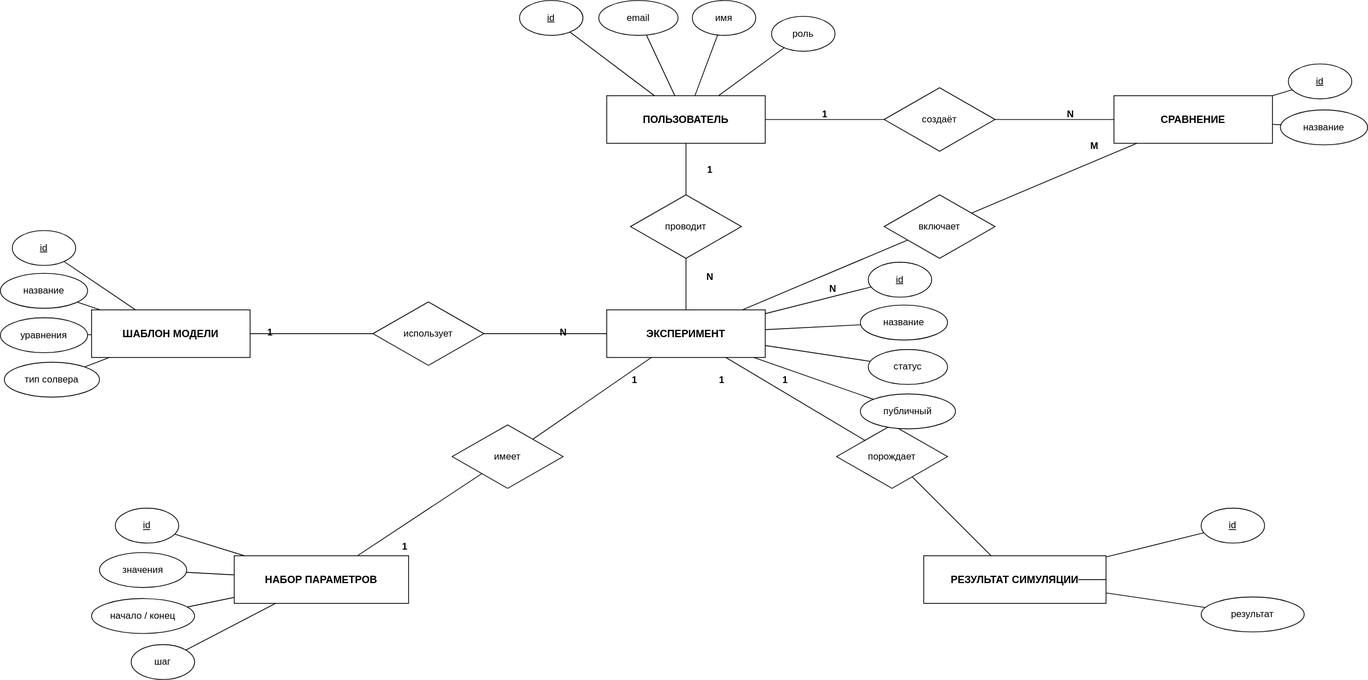
Before: img/er.drawio.svg, a diagram exported from draw.io (Nna2291/vargod). Source tidied: cells renumbered, new cells last; positions are measured from the earlier drawing's top-left corner, leaving out a move shared by most shapes.
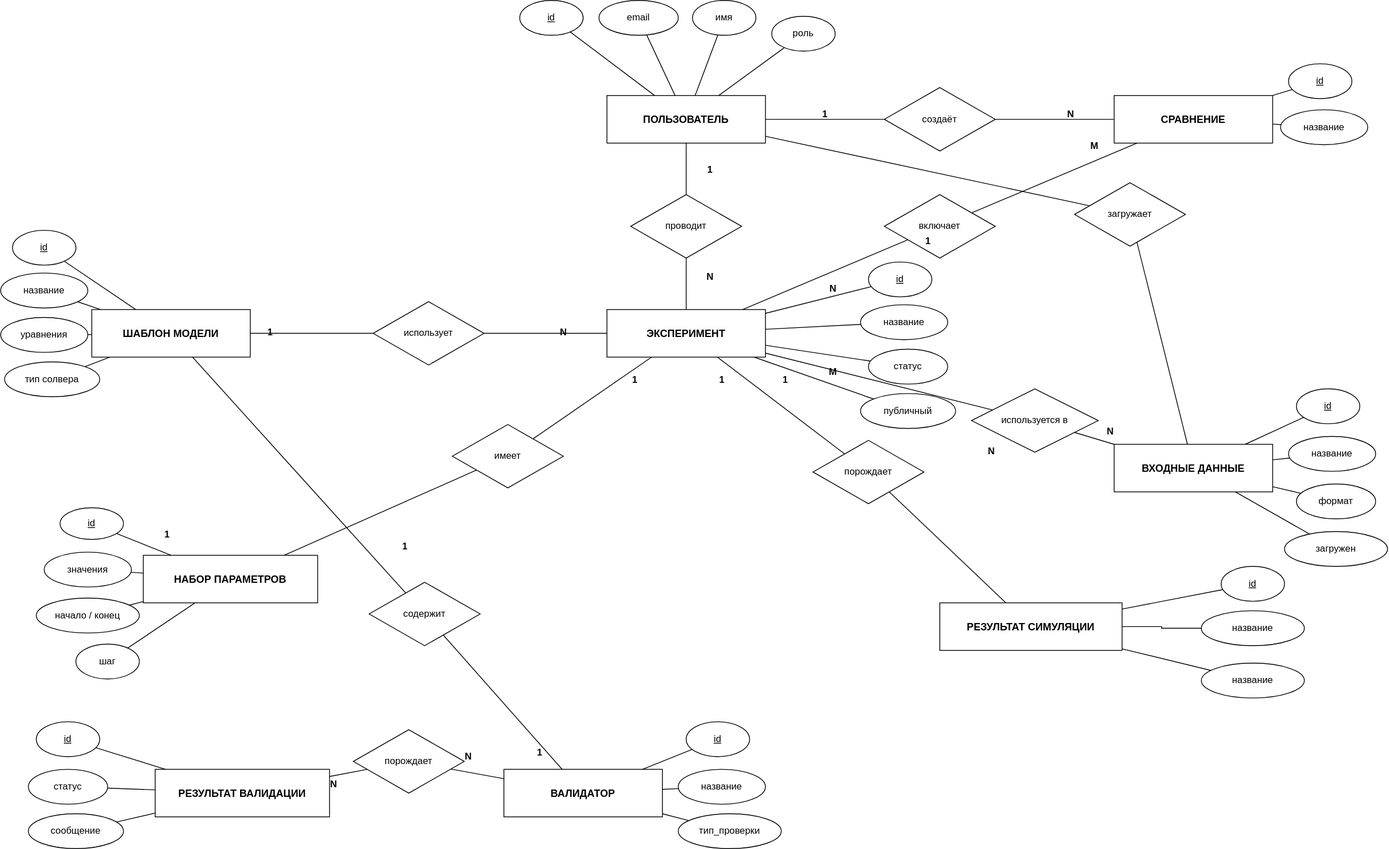
Later version of the same file.

The edit, as a diff of the source:
```diff
@@ -15,11 +15,14 @@
       <mxGeometry x="1405" y="120" width="200" height="60" as="geometry" />
     </mxCell>
     <mxCell id="6" value="НАБОР ПАРАМЕТРОВ" style="rounded=0;whiteSpace=wrap;html=1;fontStyle=1;fontSize=13;" parent="1" vertex="1">
-      <mxGeometry x="295" y="700" width="220" height="60" as="geometry" />
+      <mxGeometry x="180" y="700" width="220" height="60" as="geometry" />
     </mxCell>
     <mxCell id="7" value="РЕЗУЛЬТАТ СИМУЛЯЦИИ" style="rounded=0;whiteSpace=wrap;html=1;fontStyle=1;fontSize=13;" parent="1" vertex="1">
-      <mxGeometry x="1165" y="700" width="230" height="60" as="geometry" />
+      <mxGeometry x="1185" y="760" width="230" height="60" as="geometry" />
     </mxCell>
+    <mxCell id="79" value="РЕЗУЛЬТАТ ВАЛИДАЦИИ" style="rounded=0;whiteSpace=wrap;html=1;fontStyle=1;fontSize=13;" parent="1" vertex="1">
+      <mxGeometry x="195" y="970" width="220" height="60" as="geometry" />
+    </mxCell>
     <mxCell id="8" value="проводит" style="rhombus;whiteSpace=wrap;html=1;" parent="1" vertex="1">
       <mxGeometry x="795" y="245" width="140" height="80" as="geometry" />
     </mxCell>
@@ -30,7 +33,7 @@
       <mxGeometry x="570" y="535" width="140" height="80" as="geometry" />
     </mxCell>
     <mxCell id="11" value="порождает" style="rhombus;whiteSpace=wrap;html=1;" parent="1" vertex="1">
-      <mxGeometry x="1055" y="535" width="140" height="80" as="geometry" />
+      <mxGeometry x="1025" y="555" width="140" height="80" as="geometry" />
     </mxCell>
     <mxCell id="12" value="создаёт" style="rhombus;whiteSpace=wrap;html=1;" parent="1" vertex="1">
       <mxGeometry x="1115" y="110" width="140" height="80" as="geometry" />
@@ -81,22 +84,22 @@
       <mxGeometry x="1615" y="138" width="110" height="44" as="geometry" />
     </mxCell>
     <mxCell id="28" value="id" style="ellipse;whiteSpace=wrap;html=1;fontStyle=4;" parent="1" vertex="1">
-      <mxGeometry x="145" y="640" width="80" height="44" as="geometry" />
+      <mxGeometry x="75" y="640" width="80" height="40" as="geometry" />
     </mxCell>
     <mxCell id="29" value="значения" style="ellipse;whiteSpace=wrap;html=1;" parent="1" vertex="1">
-      <mxGeometry x="125" y="696" width="110" height="44" as="geometry" />
+      <mxGeometry x="55" y="696" width="110" height="44" as="geometry" />
     </mxCell>
     <mxCell id="30" value="начало / конец" style="ellipse;whiteSpace=wrap;html=1;" parent="1" vertex="1">
-      <mxGeometry x="115" y="754" width="130" height="44" as="geometry" />
+      <mxGeometry x="45" y="754" width="130" height="44" as="geometry" />
     </mxCell>
     <mxCell id="31" value="шаг" style="ellipse;whiteSpace=wrap;html=1;" parent="1" vertex="1">
-      <mxGeometry x="165" y="812" width="80" height="44" as="geometry" />
+      <mxGeometry x="95" y="812" width="80" height="44" as="geometry" />
     </mxCell>
     <mxCell id="32" value="id" style="ellipse;whiteSpace=wrap;html=1;fontStyle=4;" parent="1" vertex="1">
-      <mxGeometry x="1515" y="640" width="80" height="44" as="geometry" />
+      <mxGeometry x="1540" y="714" width="80" height="44" as="geometry" />
     </mxCell>
-    <mxCell id="33" value="результат" style="ellipse;whiteSpace=wrap;html=1;" parent="1" vertex="1">
-      <mxGeometry x="1515" y="752" width="130" height="44" as="geometry" />
+    <mxCell id="33" value="название" style="ellipse;whiteSpace=wrap;html=1;" parent="1" vertex="1">
+      <mxGeometry x="1515" y="836" width="130" height="44" as="geometry" />
     </mxCell>
     <mxCell id="34" style="endArrow=none;html=1;" parent="1" edge="1" source="2" target="14">
       <mxGeometry relative="1" as="geometry" />
@@ -194,11 +197,6 @@
     <mxCell id="65" style="endArrow=none;html=1;" parent="1" edge="1" source="13" target="4">
       <mxGeometry relative="1" as="geometry" />
     </mxCell>
-    <mxCell id="66" style="endArrow=none;html=1;" parent="1" edge="1" source="7">
-      <mxGeometry relative="1" as="geometry">
-        <mxPoint x="1360" y="730" as="targetPoint" />
-      </mxGeometry>
-    </mxCell>
     <mxCell id="67" value="1" style="text;html=1;align=center;fontStyle=1;" parent="1" vertex="1">
       <mxGeometry x="880" y="200" width="30" height="20" as="geometry" />
     </mxCell>
@@ -235,5 +233,137 @@
     <mxCell id="78" value="N" style="text;html=1;align=center;fontStyle=1;" parent="1" vertex="1">
       <mxGeometry x="1035" y="350" width="30" height="20" as="geometry" />
     </mxCell>
+    <mxCell id="80" value="ВХОДНЫЕ ДАННЫЕ" style="rounded=0;whiteSpace=wrap;html=1;fontStyle=1;fontSize=13;" parent="1" vertex="1">
+      <mxGeometry x="1405" y="560" width="200" height="60" as="geometry" />
+    </mxCell>
+    <mxCell id="81" value="id" style="ellipse;whiteSpace=wrap;html=1;fontStyle=4;" parent="1" vertex="1">
+      <mxGeometry x="1635" y="490" width="80" height="44" as="geometry" />
+    </mxCell>
+    <mxCell id="82" value="название" style="ellipse;whiteSpace=wrap;html=1;" parent="1" vertex="1">
+      <mxGeometry x="1625" y="550" width="110" height="44" as="geometry" />
+    </mxCell>
+    <mxCell id="83" value="формат" style="ellipse;whiteSpace=wrap;html=1;" parent="1" vertex="1">
+      <mxGeometry x="1635" y="610" width="100" height="44" as="geometry" />
+    </mxCell>
+    <mxCell id="84" value="загружен" style="ellipse;whiteSpace=wrap;html=1;" parent="1" vertex="1">
+      <mxGeometry x="1620" y="670" width="130" height="44" as="geometry" />
+    </mxCell>
+    <mxCell id="85" style="endArrow=none;html=1;" parent="1" edge="1" source="80" target="81">
+      <mxGeometry relative="1" as="geometry" />
+    </mxCell>
+    <mxCell id="86" style="endArrow=none;html=1;" parent="1" edge="1" source="80" target="82">
+      <mxGeometry relative="1" as="geometry" />
+    </mxCell>
+    <mxCell id="87" style="endArrow=none;html=1;" parent="1" edge="1" source="80" target="83">
+      <mxGeometry relative="1" as="geometry" />
+    </mxCell>
+    <mxCell id="88" style="endArrow=none;html=1;" parent="1" edge="1" source="80" target="84">
+      <mxGeometry relative="1" as="geometry" />
+    </mxCell>
+    <mxCell id="89" value="ВАЛИДАТОР" style="rounded=0;whiteSpace=wrap;html=1;fontStyle=1;fontSize=13;" parent="1" vertex="1">
+      <mxGeometry x="635" y="970" width="200" height="60" as="geometry" />
+    </mxCell>
+    <mxCell id="90" value="id" style="ellipse;whiteSpace=wrap;html=1;fontStyle=4;" parent="1" vertex="1">
+      <mxGeometry x="865" y="910" width="80" height="44" as="geometry" />
+    </mxCell>
+    <mxCell id="91" value="название" style="ellipse;whiteSpace=wrap;html=1;" parent="1" vertex="1">
+      <mxGeometry x="855" y="970" width="110" height="44" as="geometry" />
+    </mxCell>
+    <mxCell id="92" value="тип_проверки" style="ellipse;whiteSpace=wrap;html=1;" parent="1" vertex="1">
+      <mxGeometry x="855" y="1026" width="130" height="44" as="geometry" />
+    </mxCell>
+    <mxCell id="93" style="endArrow=none;html=1;" parent="1" edge="1" source="89" target="90">
+      <mxGeometry relative="1" as="geometry" />
+    </mxCell>
+    <mxCell id="94" style="endArrow=none;html=1;" parent="1" edge="1" source="89" target="91">
+      <mxGeometry relative="1" as="geometry" />
+    </mxCell>
+    <mxCell id="95" style="endArrow=none;html=1;" parent="1" edge="1" source="89" target="92">
+      <mxGeometry relative="1" as="geometry" />
+    </mxCell>
+    <mxCell id="96" value="id" style="ellipse;whiteSpace=wrap;html=1;fontStyle=4;" parent="1" vertex="1">
+      <mxGeometry x="45" y="910" width="80" height="44" as="geometry" />
+    </mxCell>
+    <mxCell id="97" value="статус" style="ellipse;whiteSpace=wrap;html=1;" parent="1" vertex="1">
+      <mxGeometry x="35" y="970" width="100" height="44" as="geometry" />
+    </mxCell>
+    <mxCell id="98" value="сообщение" style="ellipse;whiteSpace=wrap;html=1;" parent="1" vertex="1">
+      <mxGeometry x="35" y="1026" width="120" height="44" as="geometry" />
+    </mxCell>
+    <mxCell id="99" style="endArrow=none;html=1;" parent="1" edge="1" source="79" target="96">
+      <mxGeometry relative="1" as="geometry" />
+    </mxCell>
+    <mxCell id="100" style="endArrow=none;html=1;" parent="1" edge="1" source="79" target="97">
+      <mxGeometry relative="1" as="geometry" />
+    </mxCell>
+    <mxCell id="101" style="endArrow=none;html=1;" parent="1" edge="1" source="79" target="98">
+      <mxGeometry relative="1" as="geometry" />
+    </mxCell>
+    <mxCell id="102" value="загружает" style="rhombus;whiteSpace=wrap;html=1;" parent="1" vertex="1">
+      <mxGeometry x="1355" y="230" width="140" height="80" as="geometry" />
+    </mxCell>
+    <mxCell id="103" style="endArrow=none;html=1;" parent="1" edge="1" source="2" target="102">
+      <mxGeometry relative="1" as="geometry" />
+    </mxCell>
+    <mxCell id="104" style="endArrow=none;html=1;" parent="1" edge="1" source="102" target="80">
+      <mxGeometry relative="1" as="geometry" />
+    </mxCell>
+    <mxCell id="105" value="1" style="text;html=1;align=center;fontStyle=1;" parent="1" vertex="1">
+      <mxGeometry x="1155" y="290" width="30" height="20" as="geometry" />
+    </mxCell>
+    <mxCell id="106" value="N" style="text;html=1;align=center;fontStyle=1;" parent="1" vertex="1">
+      <mxGeometry x="1385" y="530" width="30" height="20" as="geometry" />
+    </mxCell>
+    <mxCell id="107" value="используется в" style="rhombus;whiteSpace=wrap;html=1;" parent="1" vertex="1">
+      <mxGeometry x="1225" y="490" width="160" height="80" as="geometry" />
+    </mxCell>
+    <mxCell id="108" style="endArrow=none;html=1;" parent="1" edge="1" source="4" target="107">
+      <mxGeometry relative="1" as="geometry" />
+    </mxCell>
+    <mxCell id="109" style="endArrow=none;html=1;" parent="1" edge="1" source="107" target="80">
+      <mxGeometry relative="1" as="geometry" />
+    </mxCell>
+    <mxCell id="110" value="M" style="text;html=1;align=center;fontStyle=1;" parent="1" vertex="1">
+      <mxGeometry x="1035" y="455" width="30" height="20" as="geometry" />
+    </mxCell>
+    <mxCell id="111" value="N" style="text;html=1;align=center;fontStyle=1;" parent="1" vertex="1">
+      <mxGeometry x="1235" y="555" width="30" height="20" as="geometry" />
+    </mxCell>
+    <mxCell id="112" value="содержит" style="rhombus;whiteSpace=wrap;html=1;" parent="1" vertex="1">
+      <mxGeometry x="465" y="734" width="140" height="80" as="geometry" />
+    </mxCell>
+    <mxCell id="113" style="endArrow=none;html=1;" parent="1" edge="1" source="3" target="112">
+      <mxGeometry relative="1" as="geometry" />
+    </mxCell>
+    <mxCell id="114" style="endArrow=none;html=1;" parent="1" edge="1" source="112" target="89">
+      <mxGeometry relative="1" as="geometry" />
+    </mxCell>
+    <mxCell id="115" value="1" style="text;html=1;align=center;fontStyle=1;" parent="1" vertex="1">
+      <mxGeometry x="195" y="660" width="30" height="20" as="geometry" />
+    </mxCell>
+    <mxCell id="116" value="N" style="text;html=1;align=center;fontStyle=1;" parent="1" vertex="1">
+      <mxGeometry x="575" y="940" width="30" height="20" as="geometry" />
+    </mxCell>
+    <mxCell id="117" value="порождает" style="rhombus;whiteSpace=wrap;html=1;" parent="1" vertex="1">
+      <mxGeometry x="445" y="920" width="140" height="80" as="geometry" />
+    </mxCell>
+    <mxCell id="118" style="endArrow=none;html=1;" parent="1" edge="1" source="89" target="117">
+      <mxGeometry relative="1" as="geometry" />
+    </mxCell>
+    <mxCell id="119" style="endArrow=none;html=1;" parent="1" edge="1" source="117" target="79">
+      <mxGeometry relative="1" as="geometry" />
+    </mxCell>
+    <mxCell id="120" value="1" style="text;html=1;align=center;fontStyle=1;" parent="1" vertex="1">
+      <mxGeometry x="665" y="935" width="30" height="20" as="geometry" />
+    </mxCell>
+    <mxCell id="121" value="N" style="text;html=1;align=center;fontStyle=1;" parent="1" vertex="1">
+      <mxGeometry x="405" y="975" width="30" height="20" as="geometry" />
+    </mxCell>
+    <mxCell id="122" style="edgeStyle=orthogonalEdgeStyle;rounded=0;jettySize=auto;html=1;exitX=0;exitY=0.5;exitDx=0;exitDy=0;entryX=1;entryY=0.5;entryDx=0;entryDy=0;strokeColor=default;endArrow=none;endFill=0;" parent="1" edge="1" source="123" target="7">
+      <mxGeometry relative="1" as="geometry" />
+    </mxCell>
+    <mxCell id="123" value="название" style="ellipse;whiteSpace=wrap;html=1;" parent="1" vertex="1">
+      <mxGeometry x="1515" y="770" width="130" height="44" as="geometry" />
+    </mxCell>
   </root>
 </mxGraphModel>
```
